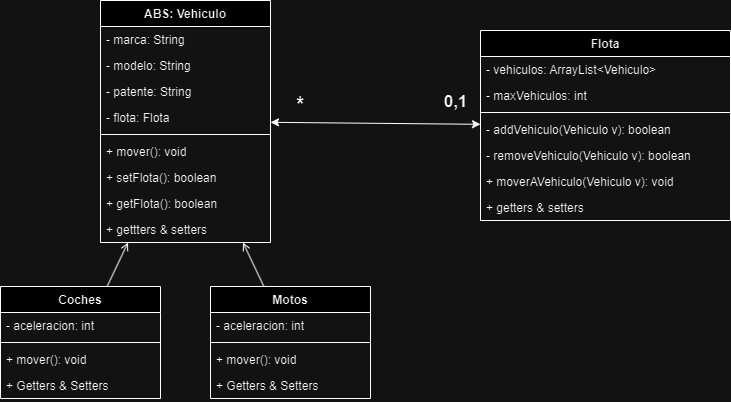
The draw.io diagram poo/tarea/DiagramaFlotaVehiculos/Sistema de Gestión de Vehículos.drawio.png in LeonardoReichert/InformatorioJava, before a commit. Source tidied: cells renumbered, new cells last; positions are measured from the earlier drawing's top-left corner, leaving out a move shared by most shapes.
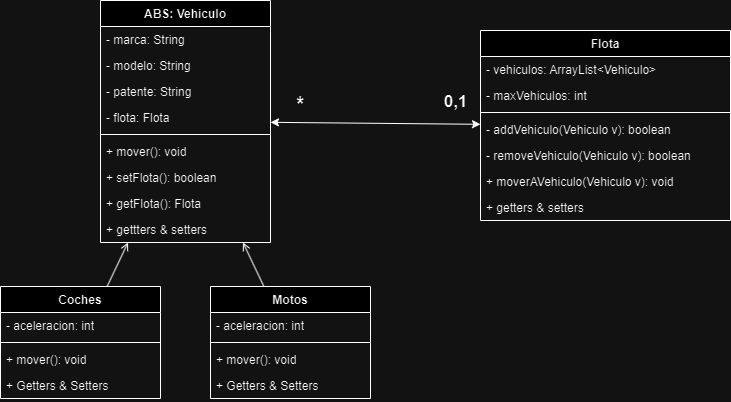
The same diagram one commit later.

Commit message:
correccion en diagrama

Diff of the diagram source:
```diff
@@ -26,7 +26,7 @@
     <mxCell id="9" value="+ setFlota(): boolean" style="text;strokeColor=none;fillColor=none;align=left;verticalAlign=top;spacingLeft=4;spacingRight=4;overflow=hidden;whiteSpace=wrap;html=1;" parent="2" vertex="1">
       <mxGeometry y="164" width="170" height="26" as="geometry" />
     </mxCell>
-    <mxCell id="10" value="+ getFlota(): boolean" style="text;strokeColor=none;fillColor=none;align=left;verticalAlign=top;spacingLeft=4;spacingRight=4;overflow=hidden;whiteSpace=wrap;html=1;" parent="2" vertex="1">
+    <mxCell id="10" value="+ getFlota(): Flota" style="text;strokeColor=none;fillColor=none;align=left;verticalAlign=top;spacingLeft=4;spacingRight=4;overflow=hidden;whiteSpace=wrap;html=1;" parent="2" vertex="1">
       <mxGeometry y="190" width="170" height="26" as="geometry" />
     </mxCell>
     <mxCell id="11" value="+ gettters &amp;amp; setters" style="text;strokeColor=none;fillColor=none;align=left;verticalAlign=top;spacingLeft=4;spacingRight=4;overflow=hidden;whiteSpace=wrap;html=1;" parent="2" vertex="1">
```
